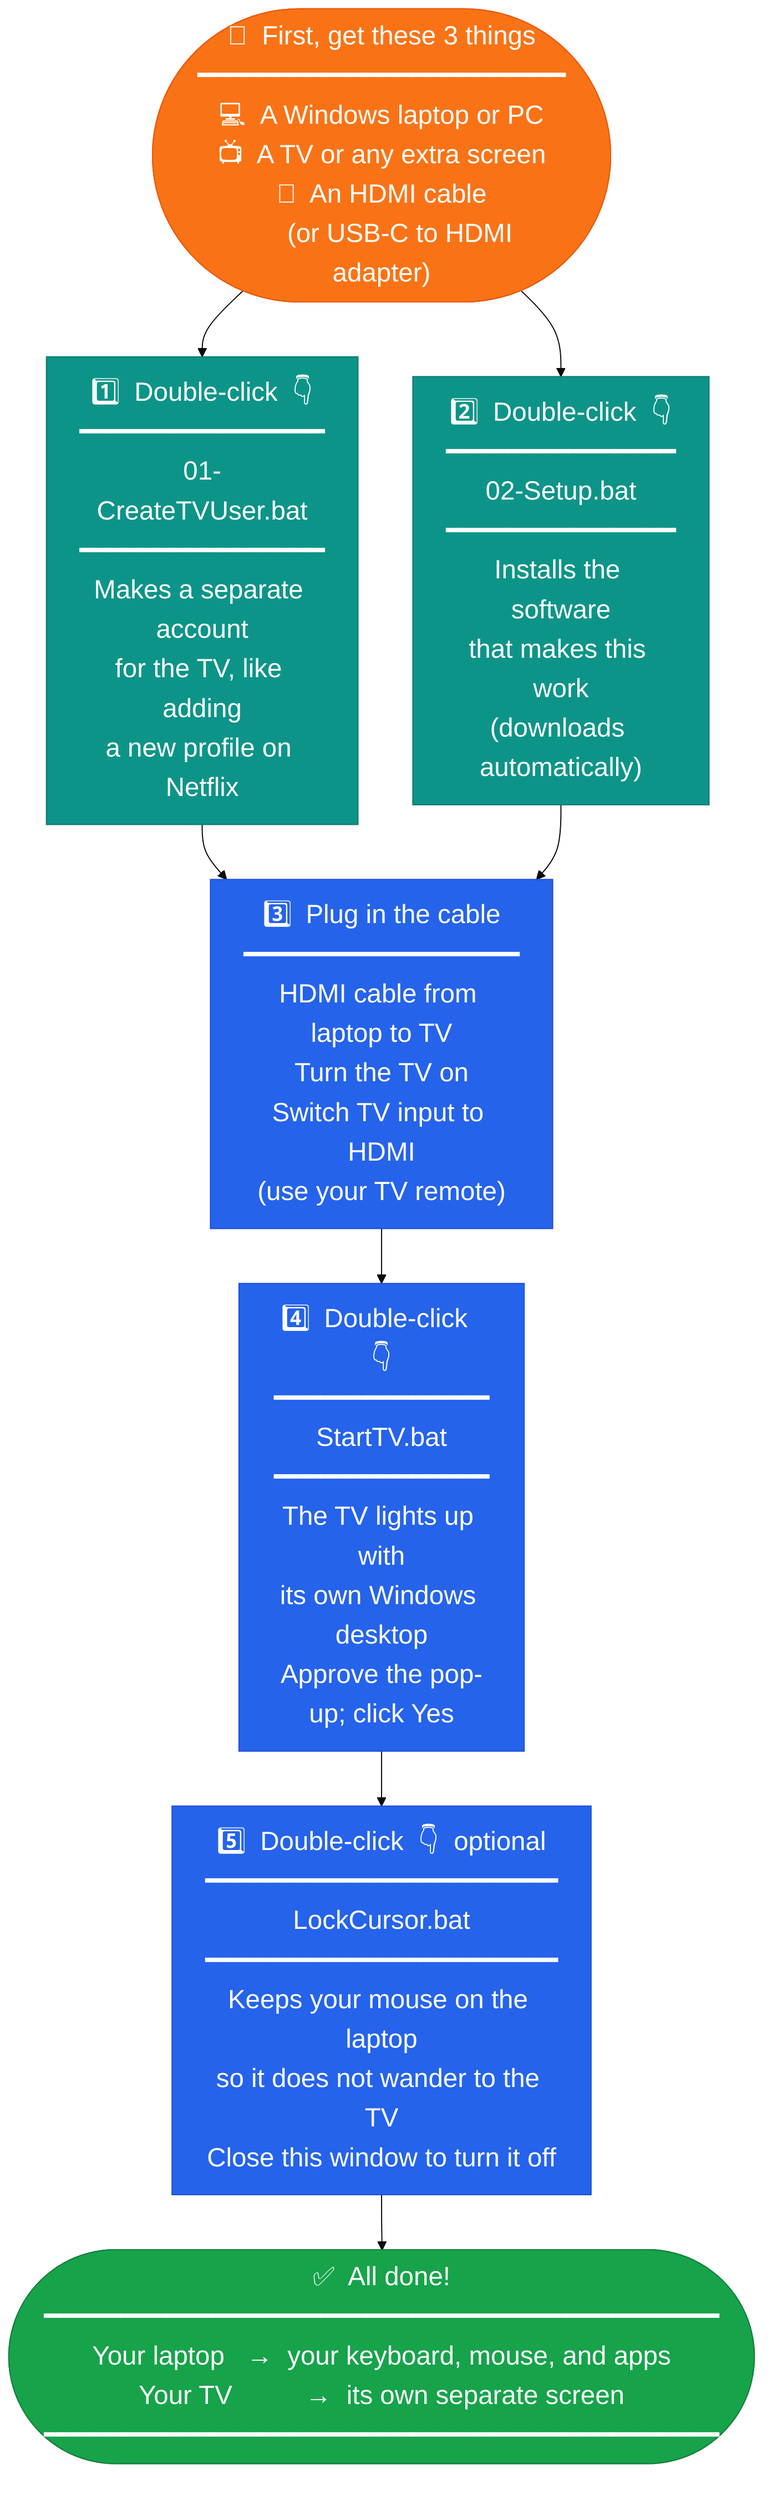
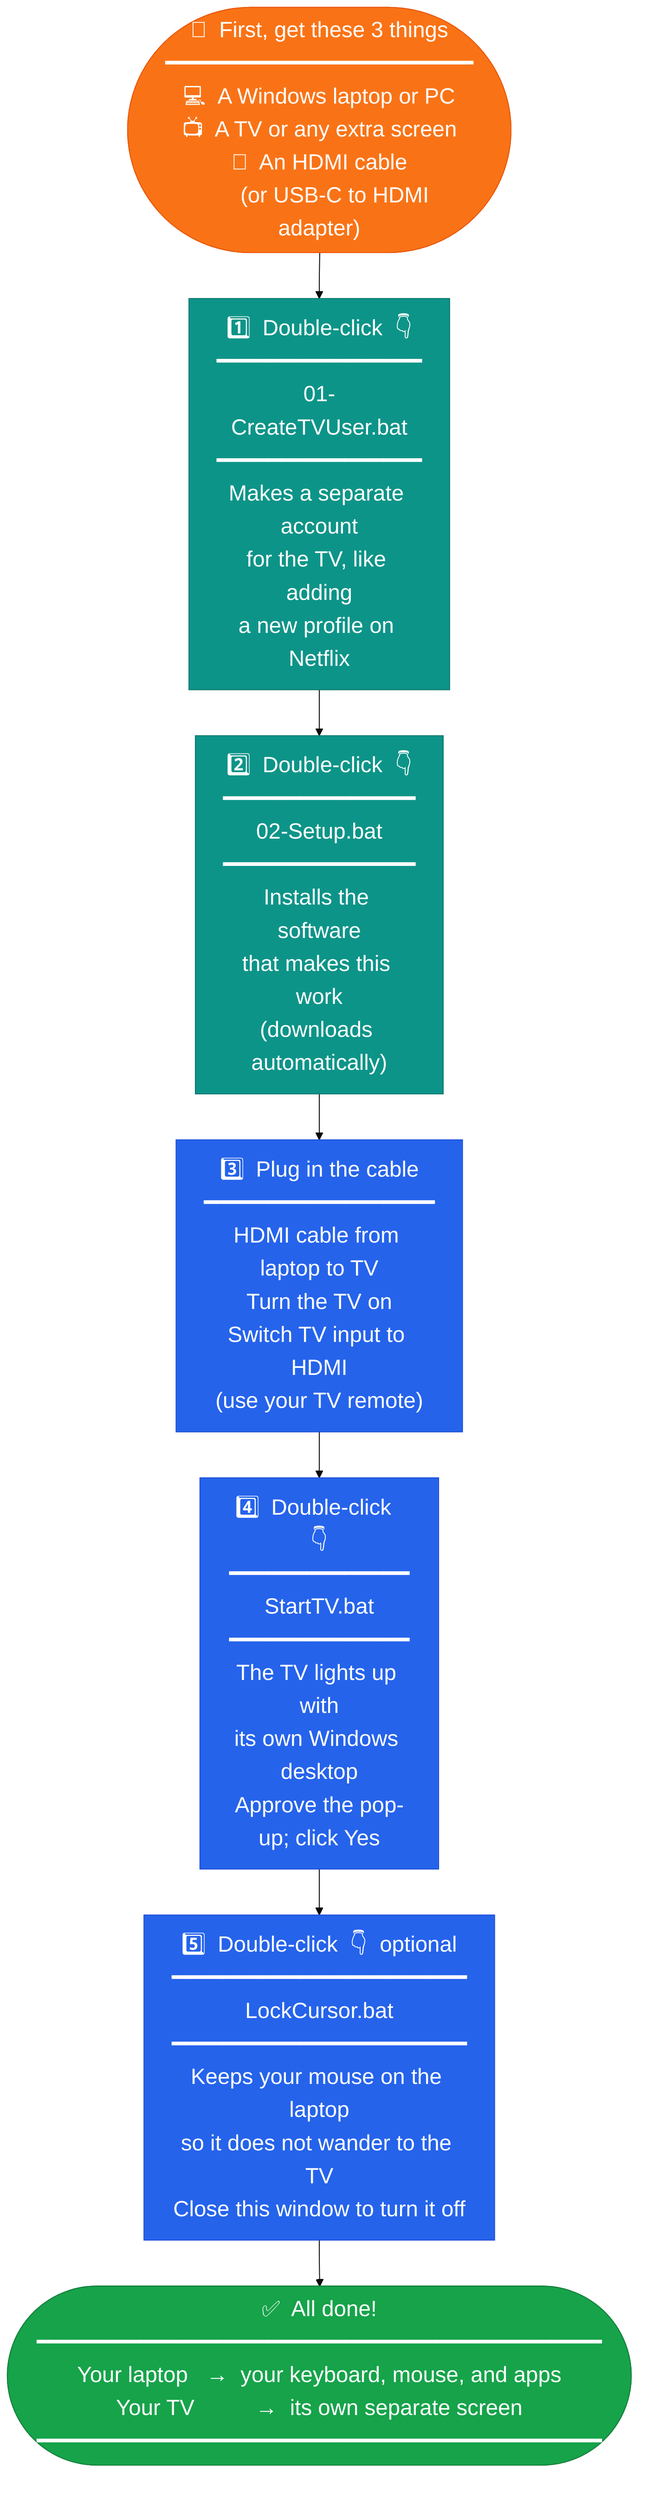
%%{ init: { 'theme': 'base', 'themeVariables': { 'fontSize': '24px', 'fontFamily': 'arial' } } }%%
flowchart TD
    classDef need fill:#f97316,stroke:#ea580c,color:#fff
    classDef once fill:#0d9488,stroke:#0f766e,color:#fff
    classDef daily fill:#2563eb,stroke:#1d4ed8,color:#fff
    classDef done fill:#16a34a,stroke:#15803d,color:#fff

    NEED(["🛒  First, get these 3 things\n━━━━━━━━━━━━━━━━━━━━━━━━\n💻  A Windows laptop or PC\n📺  A TV or any extra screen\n🔌  An HDMI cable\n      (or USB-C to HDMI adapter)"]):::need

    NEED --> S1["1️⃣  Double-click  👇\n━━━━━━━━━━━━━━━━\n01-CreateTVUser.bat\n━━━━━━━━━━━━━━━━\nMakes a separate account\nfor the TV, like adding\na new profile on Netflix"]:::once

-     NEED --> S2["2️⃣  Double-click  👇\n━━━━━━━━━━━━━━━\n02-Setup.bat\n━━━━━━━━━━━━━━━\nInstalls the software\nthat makes this work\n(downloads automatically)"]:::once
+     S1 --> S2["2️⃣  Double-click  👇\n━━━━━━━━━━━━━━━\n02-Setup.bat\n━━━━━━━━━━━━━━━\nInstalls the software\nthat makes this work\n(downloads automatically)"]:::once

-     S1 & S2 --> S3["3️⃣  Plug in the cable\n━━━━━━━━━━━━━━━━━━\nHDMI cable from laptop to TV\nTurn the TV on\nSwitch TV input to HDMI\n(use your TV remote)"]:::daily
+     S2 --> S3["3️⃣  Plug in the cable\n━━━━━━━━━━━━━━━━━━\nHDMI cable from laptop to TV\nTurn the TV on\nSwitch TV input to HDMI\n(use your TV remote)"]:::daily

    S3 --> S4["4️⃣  Double-click  👇\n━━━━━━━━━━━━━━\nStartTV.bat\n━━━━━━━━━━━━━━\nThe TV lights up with\nits own Windows desktop\nApprove the pop-up; click Yes"]:::daily

    S4 --> S5["5️⃣  Double-click  👇  optional\n━━━━━━━━━━━━━━━━━━━━━━━\nLockCursor.bat\n━━━━━━━━━━━━━━━━━━━━━━━\nKeeps your mouse on the laptop\nso it does not wander to the TV\nClose this window to turn it off"]:::daily

    S5 --> DONE(["✅  All done!\n━━━━━━━━━━━━━━━━━━━━━━━━━━━━━━━━━━━━━━━━━━━━\nYour laptop   →  your keyboard, mouse, and apps\nYour TV          →  its own separate screen\n━━━━━━━━━━━━━━━━━━━━━━━━━━━━━━━━━━━━━━━━━━━━"]):::done
